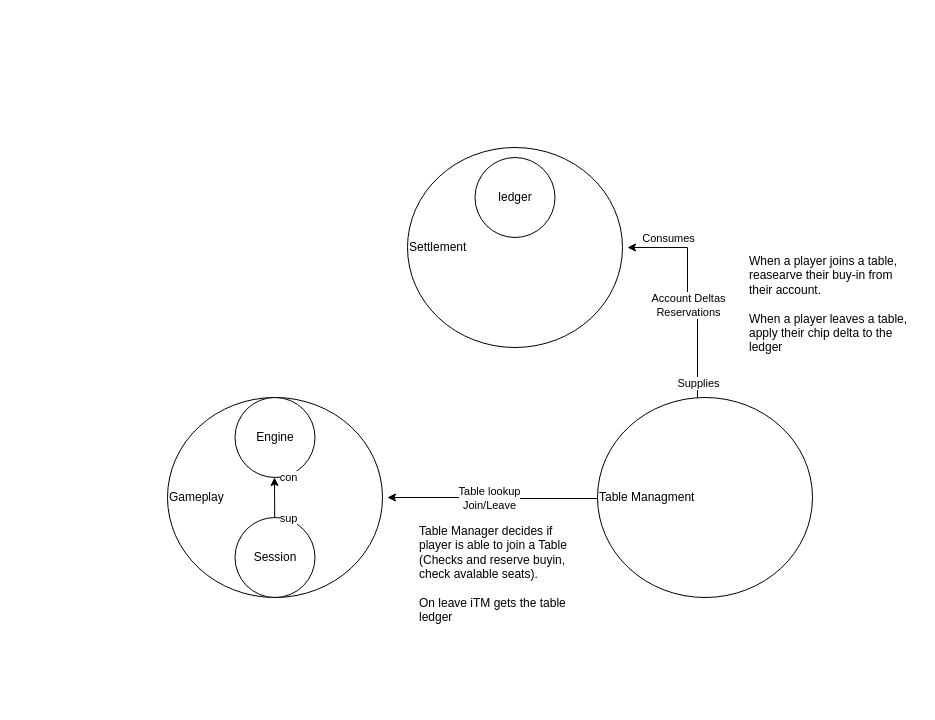
Before: diagrams/context-map.drawio in sebastianrich18/poker-sibs, a draw.io diagram. Source tidied: cells renumbered, new cells numbered last; positions are measured from the earlier drawing's top-left corner, leaving out a move shared by most shapes. Both pictures are drawn from the tidied source at 100%, with x=0, y=0 at pixel (167, 147).
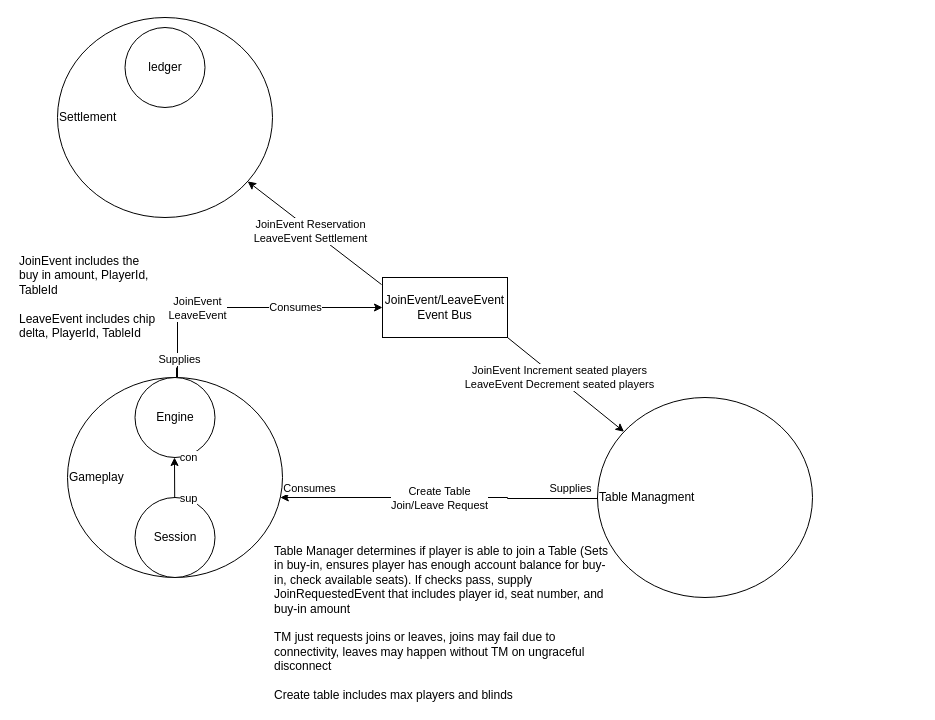
The same page after the edit.

The change refers to these unchanged cells:
```xml
<mxCell id="2" value="Table Managment" style="ellipse;whiteSpace=wrap;html=1;verticalAlign=middle;align=left;" parent="1" vertex="1">
  <mxGeometry x="430" y="250" width="215" height="200" as="geometry" />
</mxCell>
```

Diff of the diagram source:
```diff
@@
     <mxCell id="3" value="Settlement" style="ellipse;whiteSpace=wrap;html=1;verticalAlign=middle;align=left;" parent="1" vertex="1">
-      <mxGeometry x="240" width="215" height="200" as="geometry" />
+      <mxGeometry x="-110" y="-130" width="215" height="200" as="geometry" />
     </mxCell>
-    <mxCell id="4" style="edgeStyle=orthogonalEdgeStyle;rounded=0;jettySize=auto;html=1;exitX=0.465;exitY=0;exitDx=0;exitDy=0;exitPerimeter=0;" parent="1" edge="1" source="2">
+    <mxCell id="4" style="edgeStyle=orthogonalEdgeStyle;rounded=0;jettySize=auto;html=1;entryX=0;entryY=0.5;entryDx=0;entryDy=0;" parent="1" edge="1" target="21">
       <mxGeometry relative="1" as="geometry">
-        <mxPoint x="460" y="100" as="targetPoint" />
+        <mxPoint x="9" y="220" as="sourcePoint" />
         <Array as="points">
-          <mxPoint x="530" y="160" />
-          <mxPoint x="520" y="160" />
-          <mxPoint x="520" y="100" />
+          <mxPoint x="9" y="230" />
+          <mxPoint x="10" y="230" />
+          <mxPoint x="10" y="160" />
+          <mxPoint x="210" y="160" />
         </Array>
       </mxGeometry>
     </mxCell>
     <mxCell id="5" value="Supplies" style="edgeLabel;html=1;align=center;verticalAlign=middle;" parent="4" vertex="1">
-      <mxGeometry x="-0.86" y="-1" relative="1" as="geometry" />
+      <mxGeometry x="-0.86" y="-1" relative="1" as="geometry">
+        <mxPoint y="-10" as="offset" />
+      </mxGeometry>
     </mxCell>
     <mxCell id="6" value="Consumes" style="edgeLabel;html=1;align=center;verticalAlign=middle;" parent="4" vertex="1">
       <mxGeometry x="0.81" y="-1" relative="1" as="geometry">
-        <mxPoint x="19" y="-9" as="offset" />
+        <mxPoint x="-61" y="-2" as="offset" />
       </mxGeometry>
     </mxCell>
-    <mxCell id="7" value="Account Deltas&lt;br&gt;Reservations" style="edgeLabel;html=1;align=center;verticalAlign=middle;" parent="4" vertex="1">
-      <mxGeometry x="-0.06" relative="1" as="geometry" />
+    <mxCell id="7" value="&lt;div&gt;JoinEvent&lt;/div&gt;&lt;div&gt;LeaveEvent&lt;/div&gt;" style="edgeLabel;html=1;align=center;verticalAlign=middle;" parent="4" vertex="1">
+      <mxGeometry x="-0.06" relative="1" as="geometry">
+        <mxPoint x="-34" as="offset" />
+      </mxGeometry>
     </mxCell>
-    <mxCell id="8" style="edgeStyle=orthogonalEdgeStyle;rounded=0;orthogonalLoop=1;jettySize=auto;html=1;" parent="1" edge="1">
+    <mxCell id="8" style="edgeStyle=orthogonalEdgeStyle;rounded=0;jettySize=auto;html=1;" parent="1" edge="1" target="10">
       <mxGeometry relative="1" as="geometry">
-        <mxPoint x="430" y="350" as="sourcePoint" />
-        <mxPoint x="220" y="350" as="targetPoint" />
+        <mxPoint x="430" y="349.5" as="sourcePoint" />
         <Array as="points">
           <mxPoint x="430" y="351" />
           <mxPoint x="340" y="351" />
-          <mxPoint x="340" y="361" />
-          <mxPoint x="300" y="361" />
+          <mxPoint x="340" y="350" />
         </Array>
       </mxGeometry>
     </mxCell>
-    <mxCell id="9" value="Table lookup&lt;br&gt;Join/Leave" style="edgeLabel;html=1;align=center;verticalAlign=middle;" parent="8" vertex="1">
+    <mxCell id="9" value="Create Table&lt;br&gt;Join/Leave Request" style="edgeLabel;html=1;align=center;verticalAlign=middle;" parent="8" vertex="1">
       <mxGeometry x="-0.06" y="3" relative="1" as="geometry">
-        <mxPoint x="-11" y="-14" as="offset" />
+        <mxPoint x="-11" y="-3" as="offset" />
       </mxGeometry>
     </mxCell>
+    <mxCell id="19" value="Supplies" style="edgeLabel;html=1;align=center;verticalAlign=middle;" parent="8" vertex="1">
+      <mxGeometry x="-0.81" y="2" relative="1" as="geometry">
+        <mxPoint x="1" y="-13" as="offset" />
+      </mxGeometry>
+    </mxCell>
+    <mxCell id="20" value="Consumes" style="edgeLabel;html=1;align=center;verticalAlign=middle;" parent="8" vertex="1">
+      <mxGeometry x="0.8" y="-2" relative="1" as="geometry">
+        <mxPoint x="-3" y="-8" as="offset" />
+      </mxGeometry>
+    </mxCell>
     <mxCell id="10" value="Gameplay" style="ellipse;whiteSpace=wrap;html=1;verticalAlign=middle;align=left;" parent="1" vertex="1">
-      <mxGeometry y="250" width="215" height="200" as="geometry" />
+      <mxGeometry x="-100" y="230" width="215" height="200" as="geometry" />
     </mxCell>
     <mxCell id="11" value="Engine" style="ellipse;whiteSpace=wrap;html=1;" parent="1" vertex="1">
-      <mxGeometry x="67.5" y="250" width="80" height="80" as="geometry" />
+      <mxGeometry x="-32.5" y="230" width="80" height="80" as="geometry" />
     </mxCell>
     <mxCell id="12" value="Session" style="ellipse;whiteSpace=wrap;html=1;" parent="1" vertex="1">
-      <mxGeometry x="67.5" y="370" width="80" height="80" as="geometry" />
+      <mxGeometry x="-32.5" y="350" width="80" height="80" as="geometry" />
     </mxCell>
     <mxCell id="13" style="endArrow=classic;html=1;rounded=0;exitX=0.5;exitY=1;exitDx=0;exitDy=0;" parent="1" edge="1">
       <mxGeometry relative="1" as="geometry">
-        <mxPoint x="107.2" y="370" as="sourcePoint" />
-        <mxPoint x="107" y="330" as="targetPoint" />
+        <mxPoint x="7.2" y="350" as="sourcePoint" />
+        <mxPoint x="7" y="310" as="targetPoint" />
       </mxGeometry>
     </mxCell>
@@
-    <mxCell id="16" value="Table Manager decides if player is able to join a Table (Checks and reserve buyin, check avalable seats).&lt;br&gt;&lt;br&gt;On leave iTM gets the table ledger&lt;div&gt;&lt;br&gt;&lt;/div&gt;" style="text;html=1;align=left;verticalAlign=top;whiteSpace=wrap;rounded=0;" parent="1" vertex="1">
-      <mxGeometry x="250" y="370" width="170" height="40" as="geometry" />
+    <mxCell id="16" value="Table Manager determines if player is able to join a Table (Sets&amp;nbsp; in buy-in, ensures player has enough account balance for buy-in, check available seats). If checks pass, supply JoinRequestedEvent that includes player id, seat number, and buy-in amount&lt;br&gt;&lt;br&gt;TM just requests joins or leaves, joins may fail due to connectivity, leaves may happen without TM on ungraceful disconnect&lt;br&gt;&lt;br&gt;Create table includes max players and blinds" style="text;html=1;align=left;verticalAlign=top;whiteSpace=wrap;rounded=0;" parent="1" vertex="1">
+      <mxGeometry x="105" y="390" width="340" height="150" as="geometry" />
     </mxCell>
     <mxCell id="17" value="ledger" style="ellipse;whiteSpace=wrap;html=1;" parent="1" vertex="1">
-      <mxGeometry x="307.5" y="10" width="80" height="80" as="geometry" />
+      <mxGeometry x="-42.5" y="-120" width="80" height="80" as="geometry" />
     </mxCell>
-    <mxCell id="18" value="When a player joins a table, reasearve their buy-in from their account.&lt;br&gt;&lt;br&gt;When a player leaves a table, apply their chip delta to the ledger&lt;div&gt;&lt;br&gt;&lt;/div&gt;" style="text;html=1;align=left;verticalAlign=top;whiteSpace=wrap;rounded=0;" parent="1" vertex="1">
-      <mxGeometry x="580" y="100" width="170" height="120" as="geometry" />
+    <mxCell id="18" value="JoinEvent includes the buy in amount, PlayerId, TableId&lt;br&gt;&lt;br&gt;LeaveEvent includes chip delta, PlayerId, TableId" style="text;html=1;align=left;verticalAlign=top;whiteSpace=wrap;rounded=0;" parent="1" vertex="1">
+      <mxGeometry x="-150" y="100" width="140" height="120" as="geometry" />
     </mxCell>
+    <mxCell id="21" value="JoinEvent/LeaveEvent&lt;br&gt;Event Bus" style="rounded=0;whiteSpace=wrap;html=1;" parent="1" vertex="1">
+      <mxGeometry x="215" y="130" width="125" height="60" as="geometry" />
+    </mxCell>
+    <mxCell id="22" style="endArrow=classic;html=1;rounded=0;exitX=-0.008;exitY=0.117;exitDx=0;exitDy=0;exitPerimeter=0;" parent="1" edge="1" source="21" target="3">
+      <mxGeometry relative="1" as="geometry" />
+    </mxCell>
+    <mxCell id="23" value="JoinEvent Reservation&lt;br&gt;LeaveEvent Settlement" style="edgeLabel;html=1;align=center;verticalAlign=middle;" parent="22" vertex="1">
+      <mxGeometry x="0.05" y="1" relative="1" as="geometry" />
+    </mxCell>
+    <mxCell id="24" style="endArrow=classic;html=1;rounded=0;exitX=1;exitY=1;exitDx=0;exitDy=0;" parent="1" edge="1" source="21" target="2">
+      <mxGeometry relative="1" as="geometry" />
+    </mxCell>
+    <mxCell id="25" value="JoinEvent Increment seated players&lt;br&gt;LeaveEvent Decrement seated players" style="edgeLabel;html=1;align=center;verticalAlign=middle;" parent="24" vertex="1">
+      <mxGeometry x="-0.14" y="1" relative="1" as="geometry">
+        <mxPoint x="1" as="offset" />
+      </mxGeometry>
+    </mxCell>
```
